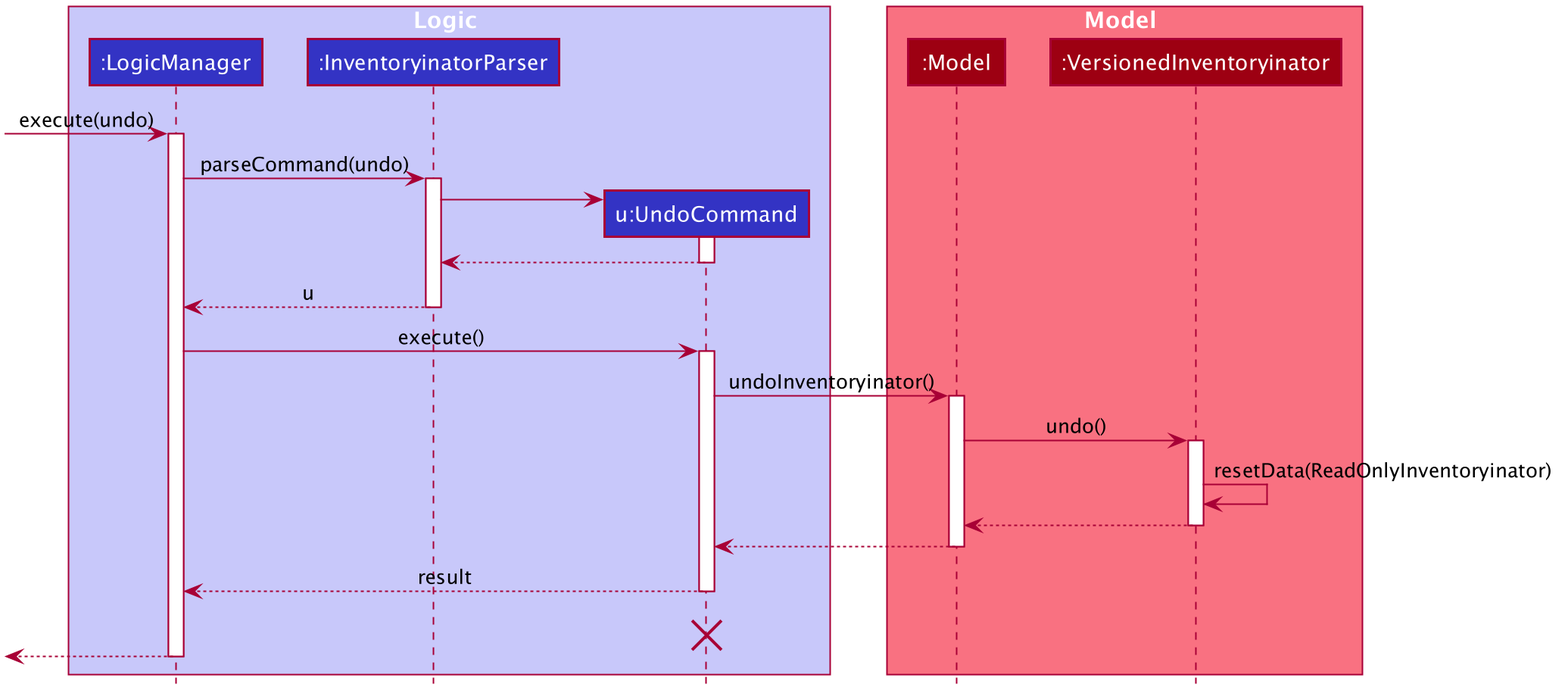
This is docs/images/UndoSequenceDiagram.png from nus-cs2103-AY2021S1/tp, a PlantUML export, as it was before one commit. Its diagram source:
```plantuml
@startuml








skinparam BackgroundColor #FFFFFFF

skinparam Shadowing false

skinparam Class {
    FontColor #FFFFFF
    BorderThickness 1
    BorderColor #FFFFFF
    StereotypeFontColor #FFFFFF
    FontName Arial
}

skinparam Actor {
    BorderColor #000000
    Color #000000
    FontName Arial
}

skinparam Sequence {
    MessageAlign center
    BoxFontSize 15
    BoxPadding 0
    BoxFontColor #FFFFFF
    FontName Arial
}

skinparam Participant {
    FontColor #FFFFFFF
    Padding 20
}

skinparam MinClassWidth 50
skinparam ParticipantPadding 10
skinparam Shadowing false
skinparam DefaultTextAlignment center
skinparam packageStyle Rectangle

hide footbox
hide members
hide circle

box Logic #C8C8FA
participant ":LogicManager" as LogicManager #3333C4
participant ":InventoryinatorParser" as InventoryinatorParser #3333C4
participant "u:UndoCommand" as UndoCommand #3333C4
end box

box Model #F97181
participant ":Model" as Model #9D0012
participant ":VersionedInventoryinator" as VersionedInventoryinator #9D0012
end box
[-> LogicManager : execute(undo)
activate LogicManager

LogicManager -> InventoryinatorParser : parseCommand(undo)
activate InventoryinatorParser

create UndoCommand
InventoryinatorParser -> UndoCommand
activate UndoCommand

UndoCommand --> InventoryinatorParser
deactivate UndoCommand

InventoryinatorParser --> LogicManager : u
deactivate InventoryinatorParser

LogicManager -> UndoCommand : execute()
activate UndoCommand

UndoCommand -> Model : undoInventoryinator()
activate Model

Model -> VersionedInventoryinator : undo()
activate VersionedInventoryinator

VersionedInventoryinator -> VersionedInventoryinator :resetData(ReadOnlyInventoryinator)
VersionedInventoryinator --> Model :
deactivate VersionedInventoryinator

Model --> UndoCommand
deactivate Model

UndoCommand --> LogicManager : result
deactivate UndoCommand
UndoCommand -[hidden]-> LogicManager : result
destroy UndoCommand

[<--LogicManager
deactivate LogicManager
@enduml
```
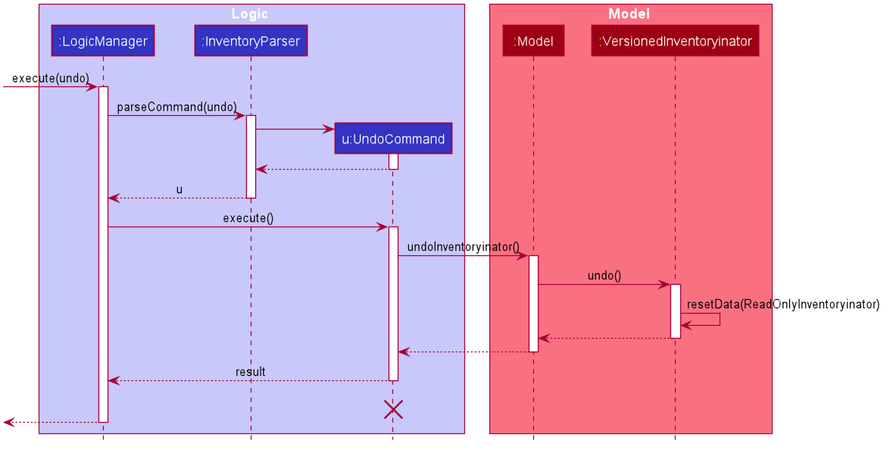
After the commit.

Change to the diagram source:
```diff
@@ -50,7 +50,7 @@
 
 box Logic #C8C8FA
 participant ":LogicManager" as LogicManager #3333C4
-participant ":InventoryinatorParser" as InventoryinatorParser #3333C4
+participant ":InventoryParser" as InventoryParser #3333C4
 participant "u:UndoCommand" as UndoCommand #3333C4
 end box
 
@@ -61,18 +61,18 @@
 [-> LogicManager : execute(undo)
 activate LogicManager
 
-LogicManager -> InventoryinatorParser : parseCommand(undo)
-activate InventoryinatorParser
+LogicManager -> InventoryParser : parseCommand(undo)
+activate InventoryParser
 
 create UndoCommand
-InventoryinatorParser -> UndoCommand
+InventoryParser -> UndoCommand
 activate UndoCommand
 
-UndoCommand --> InventoryinatorParser
+UndoCommand --> InventoryParser
 deactivate UndoCommand
 
-InventoryinatorParser --> LogicManager : u
-deactivate InventoryinatorParser
+InventoryParser --> LogicManager : u
+deactivate InventoryParser
 
 LogicManager -> UndoCommand : execute()
 activate UndoCommand
```
